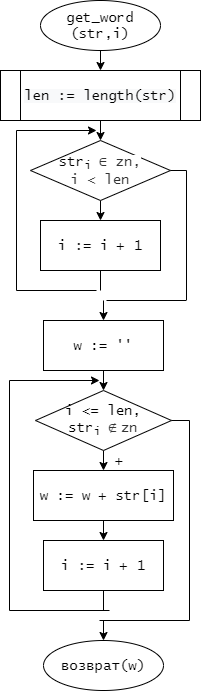
The draw.io diagram лр6/get_word.png in Aprokun/-, before a commit. Source tidied: cells renumbered, new cells last; positions are measured from the earlier drawing's top-left corner, leaving out a move shared by most shapes. Source of this version:
```xml
<mxGraphModel>
  <root>
    <mxCell id="0" />
    <mxCell id="1" parent="0" />
    <mxCell id="2" style="edgeStyle=orthogonalEdgeStyle;rounded=0;jettySize=auto;html=1;exitX=0.5;exitY=1;exitDx=0;exitDy=0;entryX=0.5;entryY=0;entryDx=0;entryDy=0;fontFamily=Lucida Console;fontSize=14;" parent="1" edge="1" source="3">
      <mxGeometry relative="1" as="geometry">
        <mxPoint x="100" y="70" as="targetPoint" />
      </mxGeometry>
    </mxCell>
    <mxCell id="3" value="get_word&lt;br&gt;(str,i)" style="ellipse;whiteSpace=wrap;html=1;fontFamily=Lucida Console;fontSize=14;" parent="1" vertex="1">
      <mxGeometry x="40" width="120" height="50" as="geometry" />
    </mxCell>
    <mxCell id="4" style="edgeStyle=orthogonalEdgeStyle;rounded=0;orthogonalLoop=1;jettySize=auto;html=1;exitX=0.5;exitY=1;exitDx=0;exitDy=0;entryX=0.5;entryY=0;entryDx=0;entryDy=0;fontFamily=Lucida Console;fontSize=14;" parent="1" edge="1">
      <mxGeometry relative="1" as="geometry">
        <mxPoint x="100" y="120" as="sourcePoint" />
        <mxPoint x="100" y="140" as="targetPoint" />
      </mxGeometry>
    </mxCell>
    <mxCell id="5" style="edgeStyle=orthogonalEdgeStyle;rounded=0;jettySize=auto;html=1;exitX=0.5;exitY=1;exitDx=0;exitDy=0;entryX=0.5;entryY=0;entryDx=0;entryDy=0;fontFamily=Lucida Console;fontSize=14;" parent="1" edge="1" target="7">
      <mxGeometry relative="1" as="geometry">
        <mxPoint x="103" y="300" as="sourcePoint" />
      </mxGeometry>
    </mxCell>
    <mxCell id="6" style="edgeStyle=orthogonalEdgeStyle;rounded=0;jettySize=auto;html=1;exitX=0.5;exitY=1;exitDx=0;exitDy=0;entryX=0.5;entryY=0;entryDx=0;entryDy=0;fontFamily=Lucida Console;fontSize=14;" parent="1" edge="1" source="7" target="9">
      <mxGeometry relative="1" as="geometry" />
    </mxCell>
    <mxCell id="7" value="w := ''" style="rounded=0;whiteSpace=wrap;html=1;fontFamily=Lucida Console;fontSize=14;" parent="1" vertex="1">
      <mxGeometry x="43" y="320" width="120" height="50" as="geometry" />
    </mxCell>
    <mxCell id="8" style="edgeStyle=orthogonalEdgeStyle;rounded=0;jettySize=auto;html=1;exitX=0.5;exitY=1;exitDx=0;exitDy=0;entryX=0.5;entryY=0;entryDx=0;entryDy=0;fontFamily=Lucida Console;fontSize=14;" parent="1" edge="1" source="9" target="11">
      <mxGeometry relative="1" as="geometry" />
    </mxCell>
    <mxCell id="9" value="i &amp;lt;= len,&lt;br&gt;str&lt;sub&gt;i&amp;nbsp;&lt;/sub&gt;&lt;span style=&quot;color: rgb(51 , 51 , 51) ; background-color: rgb(255 , 255 , 255)&quot;&gt;&lt;font style=&quot;font-size: 14px&quot;&gt;&lt;font face=&quot;Arial, Helvetica, sans-serif&quot;&gt;∉ &lt;/font&gt;zn&lt;/font&gt;&lt;/span&gt;" style="rhombus;whiteSpace=wrap;html=1;fontFamily=Lucida Console;fontSize=14;" parent="1" vertex="1">
      <mxGeometry x="35" y="390" width="136" height="60" as="geometry" />
    </mxCell>
    <mxCell id="10" style="edgeStyle=orthogonalEdgeStyle;rounded=0;jettySize=auto;html=1;exitX=0.5;exitY=1;exitDx=0;exitDy=0;entryX=0.5;entryY=0;entryDx=0;entryDy=0;fontFamily=Lucida Console;fontSize=14;" parent="1" edge="1" source="11" target="12">
      <mxGeometry relative="1" as="geometry" />
    </mxCell>
    <mxCell id="11" value="w := w + str[i]" style="rounded=0;whiteSpace=wrap;html=1;fontFamily=Lucida Console;fontSize=14;" parent="1" vertex="1">
      <mxGeometry x="33" y="470" width="140" height="50" as="geometry" />
    </mxCell>
    <mxCell id="12" value="i := i + 1" style="rounded=0;whiteSpace=wrap;html=1;fontFamily=Lucida Console;fontSize=14;" parent="1" vertex="1">
      <mxGeometry x="43" y="540" width="120" height="50" as="geometry" />
    </mxCell>
    <mxCell id="13" value="+" style="text;html=1;align=center;verticalAlign=middle;fontSize=14;fontFamily=Lucida Console;" parent="1" vertex="1">
      <mxGeometry x="109" y="450" width="20" height="20" as="geometry" />
    </mxCell>
    <mxCell id="14" style="endArrow=none;html=1;fontFamily=Lucida Console;fontSize=14;entryX=0.5;entryY=1;entryDx=0;entryDy=0;" parent="1" edge="1" target="12">
      <mxGeometry relative="1" as="geometry">
        <mxPoint x="103" y="610" as="sourcePoint" />
      </mxGeometry>
    </mxCell>
    <mxCell id="15" style="endArrow=none;html=1;fontFamily=Lucida Console;fontSize=14;" parent="1" edge="1">
      <mxGeometry relative="1" as="geometry">
        <mxPoint x="9" y="610" as="sourcePoint" />
        <mxPoint x="109" y="610" as="targetPoint" />
      </mxGeometry>
    </mxCell>
    <mxCell id="16" style="endArrow=none;html=1;fontFamily=Lucida Console;fontSize=14;" parent="1" edge="1">
      <mxGeometry relative="1" as="geometry">
        <mxPoint x="9" y="610" as="sourcePoint" />
        <mxPoint x="9" y="380" as="targetPoint" />
      </mxGeometry>
    </mxCell>
    <mxCell id="17" style="endArrow=classic;html=1;fontFamily=Lucida Console;fontSize=14;" parent="1" edge="1">
      <mxGeometry relative="1" as="geometry">
        <mxPoint x="9" y="380" as="sourcePoint" />
        <mxPoint x="99" y="380" as="targetPoint" />
      </mxGeometry>
    </mxCell>
    <mxCell id="18" style="endArrow=none;html=1;fontFamily=Lucida Console;fontSize=14;entryX=1;entryY=0.5;entryDx=0;entryDy=0;" parent="1" edge="1" target="9">
      <mxGeometry relative="1" as="geometry">
        <mxPoint x="189" y="420" as="sourcePoint" />
      </mxGeometry>
    </mxCell>
    <mxCell id="19" style="endArrow=none;html=1;fontFamily=Lucida Console;fontSize=14;" parent="1" edge="1">
      <mxGeometry relative="1" as="geometry">
        <mxPoint x="189" y="620" as="sourcePoint" />
        <mxPoint x="189" y="420" as="targetPoint" />
      </mxGeometry>
    </mxCell>
    <mxCell id="20" style="endArrow=classic;html=1;fontFamily=Lucida Console;fontSize=14;entryX=0.5;entryY=0;entryDx=0;entryDy=0;" parent="1" edge="1" target="22">
      <mxGeometry relative="1" as="geometry">
        <mxPoint x="103" y="620" as="sourcePoint" />
      </mxGeometry>
    </mxCell>
    <mxCell id="21" style="endArrow=none;html=1;fontFamily=Lucida Console;fontSize=14;" parent="1" edge="1">
      <mxGeometry relative="1" as="geometry">
        <mxPoint x="99" y="620" as="sourcePoint" />
        <mxPoint x="189" y="620" as="targetPoint" />
      </mxGeometry>
    </mxCell>
    <mxCell id="22" value="возврат(w)" style="ellipse;whiteSpace=wrap;html=1;fontFamily=Lucida Console;fontSize=14;" parent="1" vertex="1">
      <mxGeometry x="43" y="640" width="120" height="50" as="geometry" />
    </mxCell>
    <mxCell id="23" value="&#10;&#10;&lt;span style=&quot;color: rgb(0, 0, 0); font-family: &amp;quot;lucida console&amp;quot;; font-size: 14px; font-style: normal; font-weight: 400; letter-spacing: normal; text-align: center; text-indent: 0px; text-transform: none; word-spacing: 0px; background-color: rgb(248, 249, 250); display: inline; float: none;&quot;&gt;len := length(str)&lt;/span&gt;&#10;&#10;" style="shape=process;whiteSpace=wrap;html=1;backgroundOutline=1;" parent="1" vertex="1">
      <mxGeometry y="70" width="200" height="50" as="geometry" />
    </mxCell>
    <mxCell id="24" style="edgeStyle=orthogonalEdgeStyle;rounded=0;jettySize=auto;html=1;exitX=0.5;exitY=1;exitDx=0;exitDy=0;entryX=0.5;entryY=0;entryDx=0;entryDy=0;fontFamily=Lucida Console;fontSize=14;" parent="1" edge="1" source="25" target="26">
      <mxGeometry relative="1" as="geometry" />
    </mxCell>
    <mxCell id="25" value="str&lt;sub&gt;i&amp;nbsp;&lt;/sub&gt;&lt;span style=&quot;color: rgb(51 , 51 , 51) ; background-color: rgb(255 , 255 , 255)&quot;&gt;&lt;font style=&quot;font-size: 14px&quot;&gt;∈&lt;/font&gt;&lt;/span&gt;&lt;span style=&quot;color: rgb(51 , 51 , 51) ; background-color: rgb(255 , 255 , 255)&quot;&gt;&lt;font style=&quot;font-size: 14px&quot;&gt;&amp;nbsp;zn,&lt;br&gt;i &amp;lt; len&lt;br&gt;&lt;/font&gt;&lt;/span&gt;" style="rhombus;whiteSpace=wrap;html=1;fontSize=14;fontFamily=Lucida Console;" parent="1" vertex="1">
      <mxGeometry x="30" y="140" width="140" height="60" as="geometry" />
    </mxCell>
    <mxCell id="26" value="i := i + 1" style="rounded=0;whiteSpace=wrap;html=1;fontFamily=Lucida Console;fontSize=14;" parent="1" vertex="1">
      <mxGeometry x="40" y="220" width="120" height="50" as="geometry" />
    </mxCell>
    <mxCell id="27" style="endArrow=none;html=1;fontFamily=Lucida Console;fontSize=14;entryX=0.5;entryY=1;entryDx=0;entryDy=0;" parent="1" edge="1" target="26">
      <mxGeometry relative="1" as="geometry">
        <mxPoint x="100" y="290" as="sourcePoint" />
      </mxGeometry>
    </mxCell>
    <mxCell id="28" style="endArrow=none;html=1;fontFamily=Lucida Console;fontSize=14;" parent="1" edge="1">
      <mxGeometry relative="1" as="geometry">
        <mxPoint x="16" y="290" as="sourcePoint" />
        <mxPoint x="96" y="290" as="targetPoint" />
      </mxGeometry>
    </mxCell>
    <mxCell id="29" style="endArrow=none;html=1;fontFamily=Lucida Console;fontSize=14;" parent="1" edge="1">
      <mxGeometry relative="1" as="geometry">
        <mxPoint x="16" y="290" as="sourcePoint" />
        <mxPoint x="16" y="130" as="targetPoint" />
      </mxGeometry>
    </mxCell>
    <mxCell id="30" style="endArrow=classic;html=1;fontFamily=Lucida Console;fontSize=14;" parent="1" edge="1">
      <mxGeometry relative="1" as="geometry">
        <mxPoint x="16" y="130" as="sourcePoint" />
        <mxPoint x="96" y="130" as="targetPoint" />
      </mxGeometry>
    </mxCell>
    <mxCell id="31" style="endArrow=none;html=1;fontFamily=Lucida Console;fontSize=14;entryX=1;entryY=0.5;entryDx=0;entryDy=0;" parent="1" edge="1" target="25">
      <mxGeometry relative="1" as="geometry">
        <mxPoint x="186" y="170" as="sourcePoint" />
      </mxGeometry>
    </mxCell>
    <mxCell id="32" style="endArrow=none;html=1;fontFamily=Lucida Console;fontSize=14;" parent="1" edge="1">
      <mxGeometry relative="1" as="geometry">
        <mxPoint x="186" y="300" as="sourcePoint" />
        <mxPoint x="186" y="170" as="targetPoint" />
      </mxGeometry>
    </mxCell>
    <mxCell id="33" style="endArrow=none;html=1;fontFamily=Lucida Console;fontSize=14;" parent="1" edge="1">
      <mxGeometry relative="1" as="geometry">
        <mxPoint x="106" y="300" as="sourcePoint" />
        <mxPoint x="185.5" y="300" as="targetPoint" />
      </mxGeometry>
    </mxCell>
  </root>
</mxGraphModel>
```
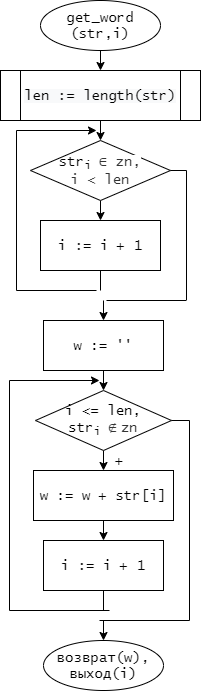
The same file after the commit.

The edit, as a diff of the source:
```diff
@@ -90,7 +90,7 @@
         <mxPoint x="189" y="620" as="targetPoint" />
       </mxGeometry>
     </mxCell>
-    <mxCell id="22" value="возврат(w)" style="ellipse;whiteSpace=wrap;html=1;fontFamily=Lucida Console;fontSize=14;" parent="1" vertex="1">
+    <mxCell id="22" value="возврат(w),&lt;br&gt;выход(i)" style="ellipse;whiteSpace=wrap;html=1;fontFamily=Lucida Console;fontSize=14;" parent="1" vertex="1">
       <mxGeometry x="43" y="640" width="120" height="50" as="geometry" />
     </mxCell>
     <mxCell id="23" value="&#10;&#10;&lt;span style=&quot;color: rgb(0, 0, 0); font-family: &amp;quot;lucida console&amp;quot;; font-size: 14px; font-style: normal; font-weight: 400; letter-spacing: normal; text-align: center; text-indent: 0px; text-transform: none; word-spacing: 0px; background-color: rgb(248, 249, 250); display: inline; float: none;&quot;&gt;len := length(str)&lt;/span&gt;&#10;&#10;" style="shape=process;whiteSpace=wrap;html=1;backgroundOutline=1;" parent="1" vertex="1">
```
